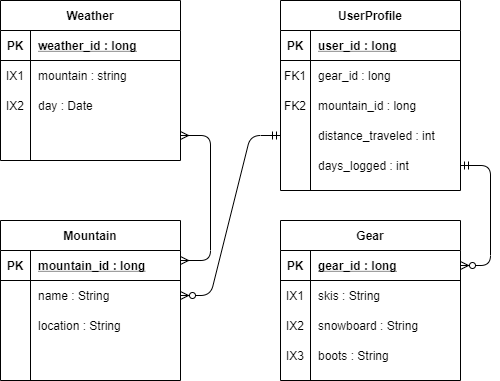
Before: docs/img/sno-erd.png, a diagram exported from draw.io (JonahRodriguez281/sno). Source tidied: cells renumbered, new cells last; positions are measured from the earlier drawing's top-left corner, leaving out a move shared by most shapes.
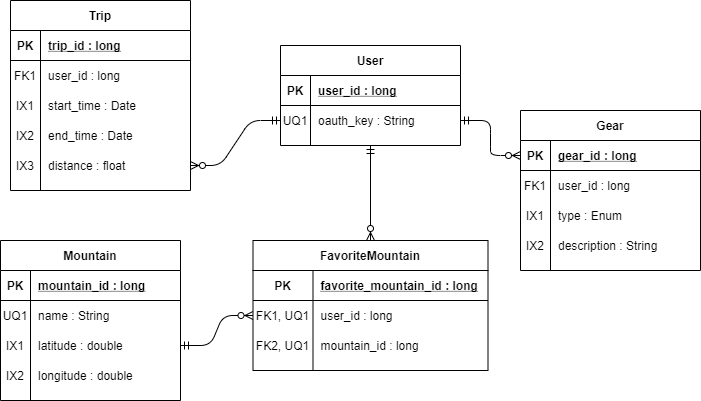
After the commit.

What changed in the source:
```diff
@@ -4,3 +4,3 @@
     <mxCell id="1" parent="0" />
-    <mxCell id="2" value="Weather" style="shape=table;startSize=30;rowLines=0;fontStyle=1;align=center;" parent="1" vertex="1">
+    <mxCell id="2" value="Mountain" style="shape=table;startSize=30;rowLines=0;fontStyle=1;align=center;" parent="1" vertex="1">
       <mxGeometry width="180" height="160" as="geometry" />
@@ -13,3 +13,3 @@
     </mxCell>
-    <mxCell id="5" value="weather_id : long" style="shape=partialRectangle;fillColor=none;top=0;left=0;bottom=0;right=0;align=left;spacingLeft=6;fontStyle=5;overflow=hidden;" parent="3" vertex="1">
+    <mxCell id="5" value="mountain_id : long" style="shape=partialRectangle;fillColor=none;top=0;left=0;bottom=0;right=0;align=left;spacingLeft=6;fontStyle=5;overflow=hidden;" parent="3" vertex="1">
       <mxGeometry x="30" width="150" height="30" as="geometry" />
@@ -19,6 +19,6 @@
     </mxCell>
-    <mxCell id="7" value="IX1" style="shape=partialRectangle;fillColor=none;top=0;left=0;bottom=0;right=0;overflow=hidden;" parent="6" vertex="1">
+    <mxCell id="7" value="UQ1" style="shape=partialRectangle;fillColor=none;top=0;left=0;bottom=0;right=0;overflow=hidden;" parent="6" vertex="1">
       <mxGeometry width="30" height="30" as="geometry" />
     </mxCell>
-    <mxCell id="8" value="mountain : string" style="shape=partialRectangle;fillColor=none;top=0;left=0;bottom=0;right=0;align=left;spacingLeft=6;overflow=hidden;" parent="6" vertex="1">
+    <mxCell id="8" value="name : String" style="shape=partialRectangle;fillColor=none;top=0;left=0;bottom=0;right=0;align=left;spacingLeft=6;overflow=hidden;" parent="6" vertex="1">
       <mxGeometry x="30" width="150" height="30" as="geometry" />
@@ -28,6 +28,6 @@
     </mxCell>
-    <mxCell id="10" value="IX2" style="shape=partialRectangle;fillColor=none;top=0;left=0;bottom=0;right=0;overflow=hidden;" parent="9" vertex="1">
+    <mxCell id="10" value="IX1" style="shape=partialRectangle;fillColor=none;top=0;left=0;bottom=0;right=0;overflow=hidden;" parent="9" vertex="1">
       <mxGeometry width="30" height="30" as="geometry" />
     </mxCell>
-    <mxCell id="11" value="day : Date" style="shape=partialRectangle;fillColor=none;top=0;left=0;bottom=0;right=0;align=left;spacingLeft=6;overflow=hidden;" parent="9" vertex="1">
+    <mxCell id="11" value="latitude : double" style="shape=partialRectangle;fillColor=none;top=0;left=0;bottom=0;right=0;align=left;spacingLeft=6;overflow=hidden;" parent="9" vertex="1">
       <mxGeometry x="30" width="150" height="30" as="geometry" />
@@ -37,70 +37,70 @@
     </mxCell>
-    <mxCell id="13" style="shape=partialRectangle;fillColor=none;top=0;left=0;bottom=0;right=0;overflow=hidden;" parent="12" vertex="1">
+    <mxCell id="13" value="IX2" style="shape=partialRectangle;fillColor=none;top=0;left=0;bottom=0;right=0;overflow=hidden;" parent="12" vertex="1">
       <mxGeometry width="30" height="30" as="geometry" />
     </mxCell>
-    <mxCell id="14" style="shape=partialRectangle;fillColor=none;top=0;left=0;bottom=0;right=0;align=left;spacingLeft=6;overflow=hidden;" parent="12" vertex="1">
+    <mxCell id="14" value="longitude : double" style="shape=partialRectangle;fillColor=none;top=0;left=0;bottom=0;right=0;align=left;spacingLeft=6;overflow=hidden;" parent="12" vertex="1">
       <mxGeometry x="30" width="150" height="30" as="geometry" />
     </mxCell>
-    <mxCell id="15" value="UserProfile" style="shape=table;startSize=30;rowLines=0;fontStyle=1;align=center;" parent="1" vertex="1">
-      <mxGeometry x="280" width="180" height="190" as="geometry" />
+    <mxCell id="15" style="edgeStyle=entityRelationEdgeStyle;fontSize=12;html=1;endArrow=ERzeroToMany;startArrow=ERmandOne;entryX=0;entryY=0.5;entryDx=0;entryDy=0;exitX=1;exitY=0.5;exitDx=0;exitDy=0;" parent="1" edge="1" source="49" target="53">
+      <mxGeometry relative="1" as="geometry" />
     </mxCell>
-    <mxCell id="16" style="shape=partialRectangle;fillColor=none;top=0;left=0;bottom=1;right=0;" parent="15" vertex="1">
-      <mxGeometry y="30" width="180" height="30" as="geometry" />
+    <mxCell id="16" style="fontSize=12;html=1;endArrow=ERzeroToMany;startArrow=ERmandOne;exitX=0.5;exitY=1;exitDx=0;exitDy=0;entryX=0.5;entryY=0;entryDx=0;entryDy=0;endFill=1;" parent="1" edge="1" source="45" target="18">
+      <mxGeometry relative="1" as="geometry" />
     </mxCell>
-    <mxCell id="17" value="PK" style="shape=partialRectangle;fillColor=none;top=0;left=0;bottom=0;right=0;fontStyle=1;overflow=hidden;" parent="16" vertex="1">
-      <mxGeometry width="30" height="30" as="geometry" />
+    <mxCell id="17" style="edgeStyle=entityRelationEdgeStyle;fontSize=12;html=1;endArrow=ERzeroToMany;startArrow=ERmandOne;entryX=0;entryY=0.5;entryDx=0;entryDy=0;exitX=1;exitY=0.5;exitDx=0;exitDy=0;endFill=1;" parent="1" edge="1" source="9" target="22">
+      <mxGeometry relative="1" as="geometry" />
     </mxCell>
-    <mxCell id="18" value="user_id : long" style="shape=partialRectangle;fillColor=none;top=0;left=0;bottom=0;right=0;align=left;spacingLeft=6;fontStyle=5;overflow=hidden;" parent="16" vertex="1">
-      <mxGeometry x="30" width="150" height="30" as="geometry" />
+    <mxCell id="18" value="FavoriteMountain" style="shape=table;startSize=30;rowLines=0;fontStyle=1;align=center;" parent="1" vertex="1">
+      <mxGeometry x="252.5" width="235" height="130" as="geometry" />
     </mxCell>
-    <mxCell id="19" style="shape=partialRectangle;fillColor=none;top=0;left=0;bottom=0;right=0;" parent="15" vertex="1">
-      <mxGeometry y="60" width="180" height="30" as="geometry" />
+    <mxCell id="19" style="shape=partialRectangle;fillColor=none;top=0;left=0;bottom=1;right=0;" parent="18" vertex="1">
+      <mxGeometry y="30" width="235" height="30" as="geometry" />
     </mxCell>
-    <mxCell id="20" value="FK1" style="shape=partialRectangle;fillColor=none;top=0;left=0;bottom=0;right=0;overflow=hidden;" parent="19" vertex="1">
-      <mxGeometry width="30" height="30" as="geometry" />
+    <mxCell id="20" value="PK" style="shape=partialRectangle;fillColor=none;top=0;left=0;bottom=0;right=0;fontStyle=1;overflow=hidden;" parent="19" vertex="1">
+      <mxGeometry width="60" height="30" as="geometry" />
     </mxCell>
-    <mxCell id="21" value="gear_id : long" style="shape=partialRectangle;fillColor=none;top=0;left=0;bottom=0;right=0;align=left;spacingLeft=6;overflow=hidden;" parent="19" vertex="1">
-      <mxGeometry x="30" width="150" height="30" as="geometry" />
+    <mxCell id="21" value="favorite_mountain_id : long" style="shape=partialRectangle;fillColor=none;top=0;left=0;bottom=0;right=0;align=left;spacingLeft=6;fontStyle=5;overflow=hidden;" parent="19" vertex="1">
+      <mxGeometry x="60" width="175" height="30" as="geometry" />
     </mxCell>
-    <mxCell id="22" style="shape=partialRectangle;fillColor=none;top=0;left=0;bottom=0;right=0;points=[[0,0.5],[1,0.5]];portConstraint=eastwest;" parent="15" vertex="1">
-      <mxGeometry y="90" width="180" height="30" as="geometry" />
+    <mxCell id="22" style="shape=partialRectangle;fillColor=none;top=0;left=0;bottom=0;right=0;points=[[0,0.5],[1,0.5]];portConstraint=eastwest;" parent="18" vertex="1">
+      <mxGeometry y="60" width="235" height="30" as="geometry" />
     </mxCell>
-    <mxCell id="23" value="FK2" style="shape=partialRectangle;fillColor=none;top=0;left=0;bottom=0;right=0;overflow=hidden;" parent="22" vertex="1">
-      <mxGeometry width="30" height="30" as="geometry" />
+    <mxCell id="23" value="FK1, UQ1" style="shape=partialRectangle;fillColor=none;top=0;left=0;bottom=0;right=0;overflow=hidden;" parent="22" vertex="1">
+      <mxGeometry width="60" height="30" as="geometry" />
     </mxCell>
-    <mxCell id="24" value="mountain_id : long" style="shape=partialRectangle;fillColor=none;top=0;left=0;bottom=0;right=0;align=left;spacingLeft=6;overflow=hidden;" parent="22" vertex="1">
-      <mxGeometry x="30" width="150" height="30" as="geometry" />
+    <mxCell id="24" value="user_id : long" style="shape=partialRectangle;fillColor=none;top=0;left=0;bottom=0;right=0;align=left;spacingLeft=6;overflow=hidden;" parent="22" vertex="1">
+      <mxGeometry x="60" width="175" height="30" as="geometry" />
     </mxCell>
-    <mxCell id="25" style="shape=partialRectangle;fillColor=none;top=0;left=0;bottom=0;right=0;points=[[0,0.5],[1,0.5]];portConstraint=eastwest;" parent="15" vertex="1">
-      <mxGeometry y="120" width="180" height="30" as="geometry" />
+    <mxCell id="25" style="shape=partialRectangle;fillColor=none;top=0;left=0;bottom=0;right=0;points=[[0,0.5],[1,0.5]];portConstraint=eastwest;" parent="18" vertex="1">
+      <mxGeometry y="90" width="235" height="30" as="geometry" />
     </mxCell>
-    <mxCell id="26" style="shape=partialRectangle;fillColor=none;top=0;left=0;bottom=0;right=0;overflow=hidden;" parent="25" vertex="1">
-      <mxGeometry width="30" height="30" as="geometry" />
+    <mxCell id="26" value="FK2, UQ1" style="shape=partialRectangle;fillColor=none;top=0;left=0;bottom=0;right=0;overflow=hidden;" parent="25" vertex="1">
+      <mxGeometry width="60" height="30" as="geometry" />
     </mxCell>
-    <mxCell id="27" value="distance_traveled : int" style="shape=partialRectangle;fillColor=none;top=0;left=0;bottom=0;right=0;align=left;spacingLeft=6;overflow=hidden;" parent="25" vertex="1">
-      <mxGeometry x="30" width="150" height="30" as="geometry" />
+    <mxCell id="27" value="mountain_id : long" style="shape=partialRectangle;fillColor=none;top=0;left=0;bottom=0;right=0;align=left;spacingLeft=6;overflow=hidden;" parent="25" vertex="1">
+      <mxGeometry x="60" width="175" height="30" as="geometry" />
     </mxCell>
-    <mxCell id="28" style="shape=partialRectangle;fillColor=none;top=0;left=0;bottom=0;right=0;points=[[0,0.5],[1,0.5]];portConstraint=eastwest;" parent="15" vertex="1">
-      <mxGeometry y="150" width="180" height="30" as="geometry" />
+    <mxCell id="28" value="Trip" style="shape=table;startSize=30;rowLines=0;fontStyle=1;align=center;" parent="1" vertex="1">
+      <mxGeometry x="10" y="-240" width="180" height="190" as="geometry" />
     </mxCell>
-    <mxCell id="29" style="shape=partialRectangle;fillColor=none;top=0;left=0;bottom=0;right=0;overflow=hidden;" parent="28" vertex="1">
-      <mxGeometry width="30" height="30" as="geometry" />
+    <mxCell id="29" style="shape=partialRectangle;fillColor=none;top=0;left=0;bottom=1;right=0;" parent="28" vertex="1">
+      <mxGeometry y="30" width="180" height="30" as="geometry" />
     </mxCell>
-    <mxCell id="30" value="days_logged : int" style="shape=partialRectangle;fillColor=none;top=0;left=0;bottom=0;right=0;align=left;spacingLeft=6;overflow=hidden;" parent="28" vertex="1">
-      <mxGeometry x="30" width="150" height="30" as="geometry" />
+    <mxCell id="30" value="PK" style="shape=partialRectangle;fillColor=none;top=0;left=0;bottom=0;right=0;fontStyle=1;overflow=hidden;" parent="29" vertex="1">
+      <mxGeometry width="30" height="30" as="geometry" />
     </mxCell>
-    <mxCell id="31" value="Gear" style="shape=table;startSize=30;rowLines=0;fontStyle=1;align=center;" parent="1" vertex="1">
-      <mxGeometry x="280" y="220" width="180" height="160" as="geometry" />
+    <mxCell id="31" value="trip_id : long" style="shape=partialRectangle;fillColor=none;top=0;left=0;bottom=0;right=0;align=left;spacingLeft=6;fontStyle=5;overflow=hidden;" parent="29" vertex="1">
+      <mxGeometry x="30" width="150" height="30" as="geometry" />
     </mxCell>
-    <mxCell id="32" style="shape=partialRectangle;fillColor=none;top=0;left=0;bottom=1;right=0;points=[[0,0.5],[1,0.5]];portConstraint=eastwest;" parent="31" vertex="1">
-      <mxGeometry y="30" width="180" height="30" as="geometry" />
+    <mxCell id="32" style="shape=partialRectangle;fillColor=none;top=0;left=0;bottom=0;right=0;points=[[0,0.5],[1,0.5]];portConstraint=eastwest;" parent="28" vertex="1">
+      <mxGeometry y="60" width="180" height="30" as="geometry" />
     </mxCell>
-    <mxCell id="33" value="PK" style="shape=partialRectangle;fillColor=none;top=0;left=0;bottom=0;right=0;fontStyle=1;overflow=hidden;" parent="32" vertex="1">
+    <mxCell id="33" value="FK1" style="shape=partialRectangle;fillColor=none;top=0;left=0;bottom=0;right=0;overflow=hidden;" parent="32" vertex="1">
       <mxGeometry width="30" height="30" as="geometry" />
     </mxCell>
-    <mxCell id="34" value="gear_id : long" style="shape=partialRectangle;fillColor=none;top=0;left=0;bottom=0;right=0;align=left;spacingLeft=6;fontStyle=5;overflow=hidden;" parent="32" vertex="1">
+    <mxCell id="34" value="user_id : long" style="shape=partialRectangle;fillColor=none;top=0;left=0;bottom=0;right=0;align=left;spacingLeft=6;overflow=hidden;" parent="32" vertex="1">
       <mxGeometry x="30" width="150" height="30" as="geometry" />
     </mxCell>
-    <mxCell id="35" style="shape=partialRectangle;fillColor=none;top=0;left=0;bottom=0;right=0;" parent="31" vertex="1">
-      <mxGeometry y="60" width="180" height="30" as="geometry" />
+    <mxCell id="35" style="shape=partialRectangle;fillColor=none;top=0;left=0;bottom=0;right=0;" parent="28" vertex="1">
+      <mxGeometry y="90" width="180" height="30" as="geometry" />
     </mxCell>
@@ -109,7 +109,7 @@
     </mxCell>
-    <mxCell id="37" value="skis : String" style="shape=partialRectangle;fillColor=none;top=0;left=0;bottom=0;right=0;align=left;spacingLeft=6;overflow=hidden;" parent="35" vertex="1">
+    <mxCell id="37" value="start_time : Date" style="shape=partialRectangle;fillColor=none;top=0;left=0;bottom=0;right=0;align=left;spacingLeft=6;overflow=hidden;" parent="35" vertex="1">
       <mxGeometry x="30" width="150" height="30" as="geometry" />
     </mxCell>
-    <mxCell id="38" style="shape=partialRectangle;fillColor=none;top=0;left=0;bottom=0;right=0;" parent="31" vertex="1">
-      <mxGeometry y="90" width="180" height="30" as="geometry" />
+    <mxCell id="38" style="shape=partialRectangle;fillColor=none;top=0;left=0;bottom=0;right=0;" parent="28" vertex="1">
+      <mxGeometry y="120" width="180" height="30" as="geometry" />
     </mxCell>
@@ -118,7 +118,7 @@
     </mxCell>
-    <mxCell id="40" value="snowboard : String" style="shape=partialRectangle;fillColor=none;top=0;left=0;bottom=0;right=0;align=left;spacingLeft=6;overflow=hidden;" parent="38" vertex="1">
+    <mxCell id="40" value="end_time : Date" style="shape=partialRectangle;fillColor=none;top=0;left=0;bottom=0;right=0;align=left;spacingLeft=6;overflow=hidden;" parent="38" vertex="1">
       <mxGeometry x="30" width="150" height="30" as="geometry" />
     </mxCell>
-    <mxCell id="41" style="shape=partialRectangle;fillColor=none;top=0;left=0;bottom=0;right=0;points=[[0,0.5],[1,0.5]];portConstraint=eastwest;" parent="31" vertex="1">
-      <mxGeometry y="120" width="180" height="30" as="geometry" />
+    <mxCell id="41" style="shape=partialRectangle;fillColor=none;top=0;left=0;bottom=0;right=0;points=[[0,0.5],[1,0.5]];portConstraint=eastwest;" parent="28" vertex="1">
+      <mxGeometry y="150" width="180" height="30" as="geometry" />
     </mxCell>
@@ -127,53 +127,68 @@
     </mxCell>
-    <mxCell id="43" value="boots : String" style="shape=partialRectangle;fillColor=none;top=0;left=0;bottom=0;right=0;align=left;spacingLeft=6;overflow=hidden;" parent="41" vertex="1">
+    <mxCell id="43" value="distance : float" style="shape=partialRectangle;fillColor=none;top=0;left=0;bottom=0;right=0;align=left;spacingLeft=6;overflow=hidden;" parent="41" vertex="1">
       <mxGeometry x="30" width="150" height="30" as="geometry" />
     </mxCell>
-    <mxCell id="44" value="Mountain" style="shape=table;startSize=30;rowLines=0;fontStyle=1;align=center;" parent="1" vertex="1">
-      <mxGeometry y="220" width="180" height="160" as="geometry" />
+    <mxCell id="44" style="edgeStyle=entityRelationEdgeStyle;fontSize=12;html=1;endArrow=ERzeroToMany;startArrow=ERmandOne;exitX=0;exitY=0.5;exitDx=0;exitDy=0;entryX=1;entryY=0.5;entryDx=0;entryDy=0;endFill=1;" parent="1" edge="1" source="49" target="41">
+      <mxGeometry relative="1" as="geometry" />
     </mxCell>
-    <mxCell id="45" style="shape=partialRectangle;fillColor=none;top=0;left=0;bottom=1;right=0;points=[[0,0.5],[1,0.5]];portConstraint=eastwest;" parent="44" vertex="1">
-      <mxGeometry y="30" width="180" height="30" as="geometry" />
+    <mxCell id="45" value="User" style="shape=table;startSize=30;rowLines=0;fontStyle=1;align=center;" parent="1" vertex="1">
+      <mxGeometry x="280" y="-195" width="180" height="100" as="geometry" />
     </mxCell>
-    <mxCell id="46" value="PK" style="shape=partialRectangle;fillColor=none;top=0;left=0;bottom=0;right=0;fontStyle=1;overflow=hidden;" parent="45" vertex="1">
-      <mxGeometry width="30" height="30" as="geometry" />
+    <mxCell id="46" style="shape=partialRectangle;fillColor=none;top=0;left=0;bottom=1;right=0;" parent="45" vertex="1">
+      <mxGeometry y="30" width="180" height="30" as="geometry" />
     </mxCell>
-    <mxCell id="47" value="mountain_id : long" style="shape=partialRectangle;fillColor=none;top=0;left=0;bottom=0;right=0;align=left;spacingLeft=6;fontStyle=5;overflow=hidden;" parent="45" vertex="1">
-      <mxGeometry x="30" width="150" height="30" as="geometry" />
+    <mxCell id="47" value="PK" style="shape=partialRectangle;fillColor=none;top=0;left=0;bottom=0;right=0;fontStyle=1;overflow=hidden;" parent="46" vertex="1">
+      <mxGeometry width="30" height="30" as="geometry" />
     </mxCell>
-    <mxCell id="48" style="shape=partialRectangle;fillColor=none;top=0;left=0;bottom=0;right=0;points=[[0,0.5],[1,0.5]];portConstraint=eastwest;" parent="44" vertex="1">
-      <mxGeometry y="60" width="180" height="30" as="geometry" />
+    <mxCell id="48" value="user_id : long" style="shape=partialRectangle;fillColor=none;top=0;left=0;bottom=0;right=0;align=left;spacingLeft=6;fontStyle=5;overflow=hidden;" parent="46" vertex="1">
+      <mxGeometry x="30" width="150" height="30" as="geometry" />
     </mxCell>
-    <mxCell id="49" style="shape=partialRectangle;fillColor=none;top=0;left=0;bottom=0;right=0;overflow=hidden;" parent="48" vertex="1">
-      <mxGeometry width="30" height="30" as="geometry" />
+    <mxCell id="49" style="shape=partialRectangle;fillColor=none;top=0;left=0;bottom=0;right=0;points=[[0,0.5],[1,0.5]];portConstraint=eastwest;" parent="45" vertex="1">
+      <mxGeometry y="60" width="180" height="30" as="geometry" />
     </mxCell>
-    <mxCell id="50" value="name : String" style="shape=partialRectangle;fillColor=none;top=0;left=0;bottom=0;right=0;align=left;spacingLeft=6;overflow=hidden;" parent="48" vertex="1">
-      <mxGeometry x="30" width="150" height="30" as="geometry" />
+    <mxCell id="50" value="UQ1" style="shape=partialRectangle;fillColor=none;top=0;left=0;bottom=0;right=0;overflow=hidden;" parent="49" vertex="1">
+      <mxGeometry width="30" height="30" as="geometry" />
     </mxCell>
-    <mxCell id="51" style="shape=partialRectangle;fillColor=none;top=0;left=0;bottom=0;right=0;" parent="44" vertex="1">
-      <mxGeometry y="90" width="180" height="30" as="geometry" />
+    <mxCell id="51" value="oauth_key : String" style="shape=partialRectangle;fillColor=none;top=0;left=0;bottom=0;right=0;align=left;spacingLeft=6;overflow=hidden;" parent="49" vertex="1">
+      <mxGeometry x="30" width="150" height="30" as="geometry" />
     </mxCell>
-    <mxCell id="52" style="shape=partialRectangle;fillColor=none;top=0;left=0;bottom=0;right=0;overflow=hidden;" parent="51" vertex="1">
-      <mxGeometry width="30" height="30" as="geometry" />
+    <mxCell id="52" value="Gear" style="shape=table;startSize=30;rowLines=0;fontStyle=1;align=center;" parent="1" vertex="1">
+      <mxGeometry x="520" y="-130" width="180" height="160" as="geometry" />
     </mxCell>
-    <mxCell id="53" value="location : String" style="shape=partialRectangle;fillColor=none;top=0;left=0;bottom=0;right=0;align=left;spacingLeft=6;overflow=hidden;" parent="51" vertex="1">
-      <mxGeometry x="30" width="150" height="30" as="geometry" />
+    <mxCell id="53" style="shape=partialRectangle;fillColor=none;top=0;left=0;bottom=1;right=0;points=[[0,0.5],[1,0.5]];portConstraint=eastwest;" parent="52" vertex="1">
+      <mxGeometry y="30" width="180" height="30" as="geometry" />
     </mxCell>
-    <mxCell id="54" style="shape=partialRectangle;fillColor=none;top=0;left=0;bottom=0;right=0;" parent="44" vertex="1">
-      <mxGeometry y="120" width="180" height="30" as="geometry" />
+    <mxCell id="54" value="PK" style="shape=partialRectangle;fillColor=none;top=0;left=0;bottom=0;right=0;fontStyle=1;overflow=hidden;" parent="53" vertex="1">
+      <mxGeometry width="30" height="30" as="geometry" />
     </mxCell>
-    <mxCell id="55" style="shape=partialRectangle;fillColor=none;top=0;left=0;bottom=0;right=0;overflow=hidden;" parent="54" vertex="1">
-      <mxGeometry width="30" height="30" as="geometry" />
+    <mxCell id="55" value="gear_id : long" style="shape=partialRectangle;fillColor=none;top=0;left=0;bottom=0;right=0;align=left;spacingLeft=6;fontStyle=5;overflow=hidden;" parent="53" vertex="1">
+      <mxGeometry x="30" width="150" height="30" as="geometry" />
     </mxCell>
-    <mxCell id="56" style="shape=partialRectangle;fillColor=none;top=0;left=0;bottom=0;right=0;align=left;spacingLeft=6;overflow=hidden;" parent="54" vertex="1">
-      <mxGeometry x="30" width="150" height="30" as="geometry" />
+    <mxCell id="56" style="shape=partialRectangle;fillColor=none;top=0;left=0;bottom=0;right=0;" parent="52" vertex="1">
+      <mxGeometry y="60" width="180" height="30" as="geometry" />
     </mxCell>
-    <mxCell id="57" style="edgeStyle=entityRelationEdgeStyle;fontSize=12;html=1;endArrow=ERzeroToMany;startArrow=ERmandOne;entryX=1;entryY=0.5;entryDx=0;entryDy=0;exitX=0;exitY=0.5;exitDx=0;exitDy=0;" parent="1" edge="1" source="25" target="48">
-      <mxGeometry relative="1" as="geometry" />
+    <mxCell id="57" value="FK1" style="shape=partialRectangle;fillColor=none;top=0;left=0;bottom=0;right=0;overflow=hidden;" parent="56" vertex="1">
+      <mxGeometry width="30" height="30" as="geometry" />
     </mxCell>
-    <mxCell id="58" style="edgeStyle=entityRelationEdgeStyle;fontSize=12;html=1;endArrow=ERmany;startArrow=ERmany;exitX=1;exitY=0.25;exitDx=0;exitDy=0;entryX=1;entryY=0.5;entryDx=0;entryDy=0;" parent="1" edge="1" source="44" target="12">
-      <mxGeometry relative="1" as="geometry" />
+    <mxCell id="58" value="user_id : long" style="shape=partialRectangle;fillColor=none;top=0;left=0;bottom=0;right=0;align=left;spacingLeft=6;overflow=hidden;" parent="56" vertex="1">
+      <mxGeometry x="30" width="150" height="30" as="geometry" />
     </mxCell>
-    <mxCell id="59" style="edgeStyle=entityRelationEdgeStyle;fontSize=12;html=1;endArrow=ERzeroToMany;startArrow=ERmandOne;entryX=1;entryY=0.5;entryDx=0;entryDy=0;exitX=1;exitY=0.5;exitDx=0;exitDy=0;" parent="1" edge="1" source="28" target="32">
-      <mxGeometry relative="1" as="geometry" />
+    <mxCell id="59" style="shape=partialRectangle;fillColor=none;top=0;left=0;bottom=0;right=0;" parent="52" vertex="1">
+      <mxGeometry y="90" width="180" height="30" as="geometry" />
     </mxCell>
+    <mxCell id="60" value="IX1" style="shape=partialRectangle;fillColor=none;top=0;left=0;bottom=0;right=0;overflow=hidden;" parent="59" vertex="1">
+      <mxGeometry width="30" height="30" as="geometry" />
+    </mxCell>
+    <mxCell id="61" value="type : Enum" style="shape=partialRectangle;fillColor=none;top=0;left=0;bottom=0;right=0;align=left;spacingLeft=6;overflow=hidden;" parent="59" vertex="1">
+      <mxGeometry x="30" width="150" height="30" as="geometry" />
+    </mxCell>
+    <mxCell id="62" style="shape=partialRectangle;fillColor=none;top=0;left=0;bottom=0;right=0;" parent="52" vertex="1">
+      <mxGeometry y="120" width="180" height="30" as="geometry" />
+    </mxCell>
+    <mxCell id="63" value="IX2" style="shape=partialRectangle;fillColor=none;top=0;left=0;bottom=0;right=0;overflow=hidden;" parent="62" vertex="1">
+      <mxGeometry width="30" height="30" as="geometry" />
+    </mxCell>
+    <mxCell id="64" value="description : String" style="shape=partialRectangle;fillColor=none;top=0;left=0;bottom=0;right=0;align=left;spacingLeft=6;overflow=hidden;" parent="62" vertex="1">
+      <mxGeometry x="30" width="150" height="30" as="geometry" />
+    </mxCell>
   </root>
```
